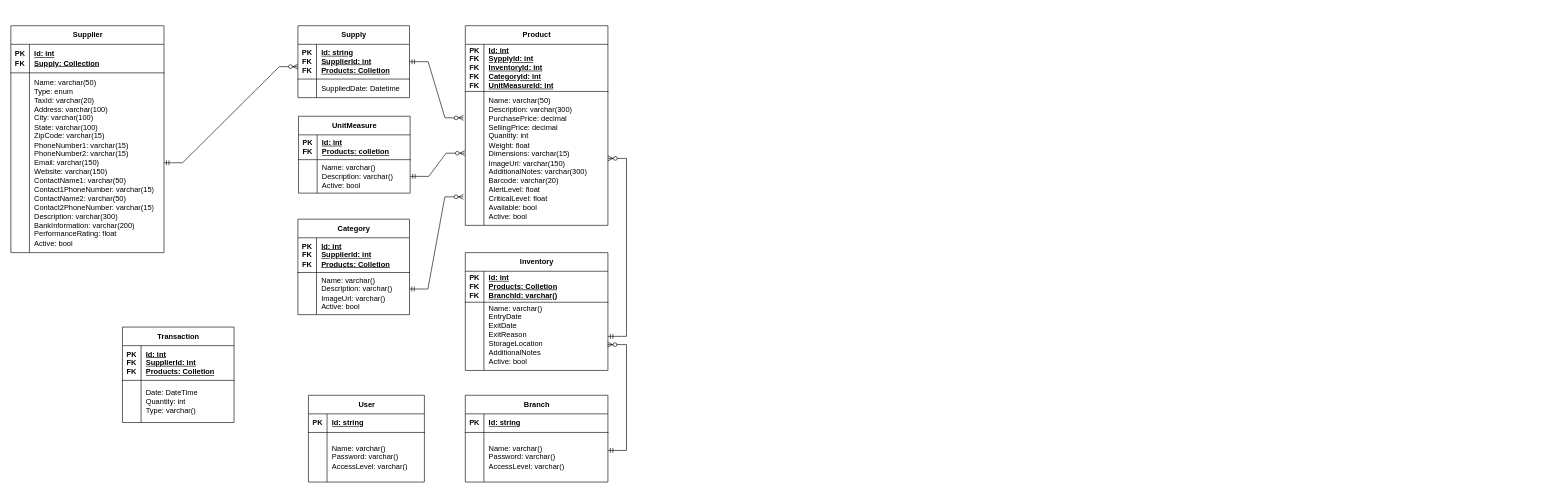
Before: DB.drawio in TechMinds-Group/Inventory-control, a draw.io diagram. Source tidied: cells renumbered, new cells numbered last; positions are measured from the earlier drawing's top-left corner, leaving out a move shared by most shapes. Both pictures are drawn from the tidied source at 62%, with x=0, y=0 at pixel (11, 25).
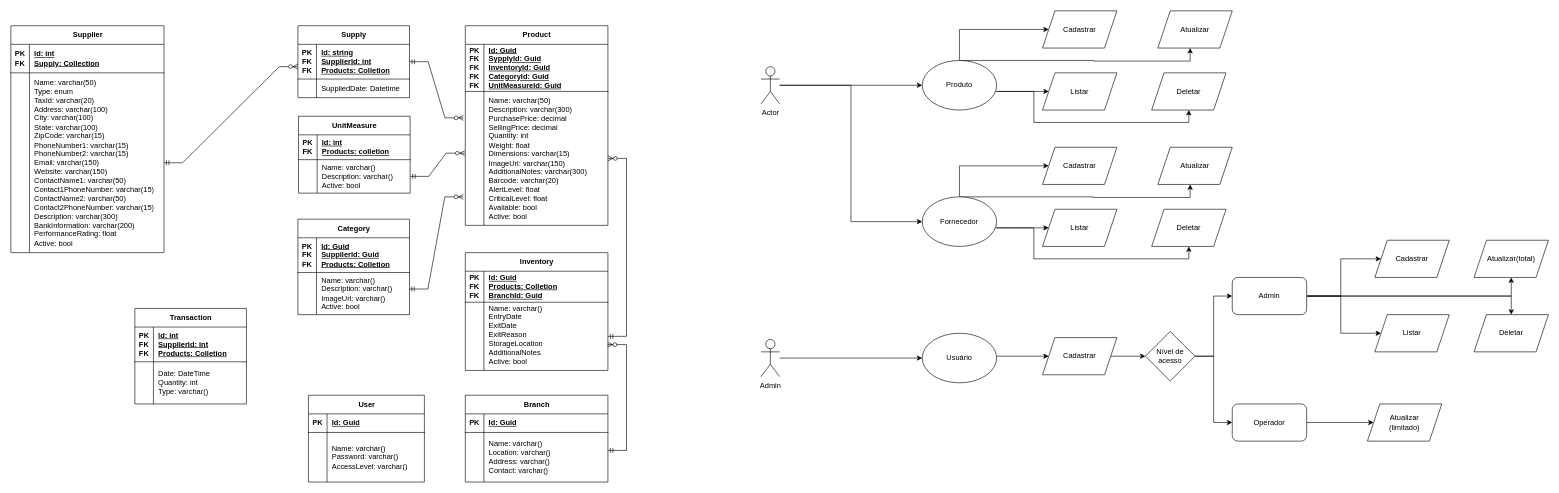
After the change.

The change refers to these unchanged cells:
```xml
<mxCell id="18" style="shape=tableRow;horizontal=0;startSize=0;swimlaneHead=0;swimlaneBody=0;fillColor=none;top=0;left=0;right=0;bottom=1;" parent="17" vertex="1">
  <mxGeometry y="30" width="230" height="76" as="geometry" />
</mxCell>
<mxCell id="26" style="shape=tableRow;horizontal=0;startSize=0;swimlaneHead=0;swimlaneBody=0;fillColor=none;top=0;left=0;right=0;bottom=1;" parent="25" vertex="1">
  <mxGeometry y="30" width="230" height="50" as="geometry" />
</mxCell>
<mxCell id="34" style="shape=tableRow;horizontal=0;startSize=0;swimlaneHead=0;swimlaneBody=0;fillColor=none;top=0;left=0;right=0;bottom=1;" parent="33" vertex="1">
  <mxGeometry y="30" width="180" height="56" as="geometry" />
</mxCell>
<mxCell id="50" style="shape=tableRow;horizontal=0;startSize=0;swimlaneHead=0;swimlaneBody=0;fillColor=none;top=0;left=0;right=0;bottom=1;" parent="49" vertex="1">
  <mxGeometry y="30" width="187" height="30" as="geometry" />
</mxCell>
<mxCell id="57" style="shape=tableRow;horizontal=0;startSize=0;swimlaneHead=0;swimlaneBody=0;fillColor=none;top=0;left=0;right=0;bottom=1;" parent="56" vertex="1">
  <mxGeometry y="30" width="230" height="30" as="geometry" />
</mxCell>
<mxCell id="60" style="shape=tableRow;horizontal=0;startSize=0;swimlaneHead=0;swimlaneBody=0;fillColor=none;top=0;left=0;right=0;bottom=0;" parent="56" vertex="1">
  <mxGeometry y="60" width="230" height="80" as="geometry" />
</mxCell>
```

What changed in the source:
```diff
@@
-    <mxCell id="20" value="Id: int&lt;br&gt;SypplyId: int&lt;br&gt;InventoryId: int&lt;br&gt;CategoryId: int&lt;br&gt;UnitMeasureId: int" style="shape=partialRectangle;fillColor=none;top=0;left=0;bottom=0;right=0;align=left;spacingLeft=6;fontStyle=5;overflow=hidden;whiteSpace=wrap;html=1;" parent="18" vertex="1">
+    <mxCell id="20" value="Id: Guid&lt;br&gt;SypplyId: Guid&lt;br&gt;InventoryId: Guid&lt;br&gt;CategoryId: Guid&lt;br&gt;UnitMeasureId: Guid" style="shape=partialRectangle;fillColor=none;top=0;left=0;bottom=0;right=0;align=left;spacingLeft=6;fontStyle=5;overflow=hidden;whiteSpace=wrap;html=1;" parent="18" vertex="1">
       <mxGeometry x="30" width="200" height="76" as="geometry" />
     </mxCell>
@@
-    <mxCell id="28" value="Id: int&lt;br&gt;Products: Colletion&lt;br&gt;BranchId: varchar()" style="shape=partialRectangle;fillColor=none;top=0;left=0;bottom=0;right=0;align=left;spacingLeft=6;fontStyle=5;overflow=hidden;whiteSpace=wrap;html=1;" parent="26" vertex="1">
+    <mxCell id="28" value="Id: Guid&lt;br&gt;Products: Colletion&lt;br&gt;BranchId: Guid" style="shape=partialRectangle;fillColor=none;top=0;left=0;bottom=0;right=0;align=left;spacingLeft=6;fontStyle=5;overflow=hidden;whiteSpace=wrap;html=1;" parent="26" vertex="1">
       <mxGeometry x="30" width="200" height="50" as="geometry" />
     </mxCell>
@@
-    <mxCell id="36" value="Id: int&lt;br&gt;SupplierId: int&lt;br&gt;Products: Colletion" style="shape=partialRectangle;fillColor=none;top=0;left=0;bottom=0;right=0;align=left;spacingLeft=6;fontStyle=5;overflow=hidden;whiteSpace=wrap;html=1;" parent="34" vertex="1">
+    <mxCell id="36" value="Id: Guid&lt;br&gt;SupplierId: Guid&lt;br&gt;Products: Colletion" style="shape=partialRectangle;fillColor=none;top=0;left=0;bottom=0;right=0;align=left;spacingLeft=6;fontStyle=5;overflow=hidden;whiteSpace=wrap;html=1;" parent="34" vertex="1">
       <mxGeometry x="30" width="150" height="56" as="geometry" />
     </mxCell>
@@
-    <mxCell id="52" value="Id: string" style="shape=partialRectangle;fillColor=none;top=0;left=0;bottom=0;right=0;align=left;spacingLeft=6;fontStyle=5;overflow=hidden;whiteSpace=wrap;html=1;" parent="50" vertex="1">
+    <mxCell id="52" value="Id: Guid" style="shape=partialRectangle;fillColor=none;top=0;left=0;bottom=0;right=0;align=left;spacingLeft=6;fontStyle=5;overflow=hidden;whiteSpace=wrap;html=1;" parent="50" vertex="1">
       <mxGeometry x="30" width="157" height="30" as="geometry" />
     </mxCell>
@@
-    <mxCell id="59" value="Id: string" style="shape=partialRectangle;fillColor=none;top=0;left=0;bottom=0;right=0;align=left;spacingLeft=6;fontStyle=5;overflow=hidden;whiteSpace=wrap;html=1;" parent="57" vertex="1">
+    <mxCell id="59" value="Id: Guid" style="shape=partialRectangle;fillColor=none;top=0;left=0;bottom=0;right=0;align=left;spacingLeft=6;fontStyle=5;overflow=hidden;whiteSpace=wrap;html=1;" parent="57" vertex="1">
       <mxGeometry x="30" width="200" height="30" as="geometry" />
     </mxCell>
@@
-    <mxCell id="62" value="Name: varchar()&lt;br&gt;Password: varchar()&lt;br&gt;AccessLevel: varchar()" style="shape=partialRectangle;fillColor=none;top=0;left=0;bottom=0;right=0;align=left;spacingLeft=6;overflow=hidden;whiteSpace=wrap;html=1;" parent="60" vertex="1">
+    <mxCell id="62" value="Name: varchar()&lt;br&gt;Location: varchar()&lt;br&gt;Address: varchar()&lt;br&gt;Contact: varchar()" style="shape=partialRectangle;fillColor=none;top=0;left=0;bottom=0;right=0;align=left;spacingLeft=6;overflow=hidden;whiteSpace=wrap;html=1;" parent="60" vertex="1">
       <mxGeometry x="30" width="200" height="80" as="geometry" />
     </mxCell>
@@
     <mxCell id="64" value="Transaction" style="shape=table;startSize=30;childLayout=tableLayout;rowLines=0;fontStyle=1;align=center;html=1;" parent="1" vertex="1">
-      <mxGeometry x="180" y="486" width="180" height="154" as="geometry" />
+      <mxGeometry x="200" y="456" width="180" height="154" as="geometry" />
     </mxCell>
@@
+    <mxCell id="71" style="edgeStyle=orthogonalEdgeStyle;rounded=0;jettySize=auto;html=1;entryX=0;entryY=0.5;entryDx=0;entryDy=0;" parent="1" edge="1" source="73" target="78">
+      <mxGeometry relative="1" as="geometry" />
+    </mxCell>
+    <mxCell id="72" style="edgeStyle=orthogonalEdgeStyle;rounded=0;jettySize=auto;html=1;entryX=0;entryY=0.5;entryDx=0;entryDy=0;" parent="1" edge="1" source="73" target="87">
+      <mxGeometry relative="1" as="geometry" />
+    </mxCell>
+    <mxCell id="73" value="Actor" style="shape=umlActor;verticalLabelPosition=bottom;verticalAlign=top;html=1;outlineConnect=0;" parent="1" vertex="1">
+      <mxGeometry x="1210" y="66" width="30" height="60" as="geometry" />
+    </mxCell>
+    <mxCell id="74" style="edgeStyle=orthogonalEdgeStyle;rounded=0;jettySize=auto;html=1;entryX=0;entryY=0.5;entryDx=0;entryDy=0;" parent="1" edge="1" source="78" target="80">
+      <mxGeometry relative="1" as="geometry">
+        <Array as="points">
+          <mxPoint x="1620" y="106" />
+          <mxPoint x="1620" y="106" />
+        </Array>
+      </mxGeometry>
+    </mxCell>
+    <mxCell id="75" style="edgeStyle=orthogonalEdgeStyle;rounded=0;jettySize=auto;html=1;exitX=1;exitY=0.5;exitDx=0;exitDy=0;" parent="1" edge="1" target="81">
+      <mxGeometry relative="1" as="geometry">
+        <mxPoint x="1590" y="106" as="sourcePoint" />
+        <Array as="points">
+          <mxPoint x="1650" y="106" />
+          <mxPoint x="1650" y="156" />
+          <mxPoint x="1900" y="156" />
+        </Array>
+      </mxGeometry>
+    </mxCell>
+    <mxCell id="76" style="edgeStyle=orthogonalEdgeStyle;rounded=0;jettySize=auto;html=1;entryX=0.601;entryY=1.001;entryDx=0;entryDy=0;entryPerimeter=0;exitX=0.5;exitY=0;exitDx=0;exitDy=0;" parent="1" edge="1" source="78">
+      <mxGeometry relative="1" as="geometry">
+        <mxPoint x="1902.1" y="36" as="targetPoint" />
+        <Array as="points">
+          <mxPoint x="1746" y="56" />
+          <mxPoint x="1902" y="57" />
+        </Array>
+      </mxGeometry>
+    </mxCell>
+    <mxCell id="77" style="edgeStyle=orthogonalEdgeStyle;rounded=0;jettySize=auto;html=1;entryX=0;entryY=0.5;entryDx=0;entryDy=0;" parent="1" edge="1" source="78" target="79">
+      <mxGeometry relative="1" as="geometry">
+        <Array as="points">
+          <mxPoint x="1530" y="6" />
+        </Array>
+      </mxGeometry>
+    </mxCell>
+    <mxCell id="78" value="Produto" style="ellipse;whiteSpace=wrap;html=1;" parent="1" vertex="1">
+      <mxGeometry x="1470" y="56" width="120" height="80" as="geometry" />
+    </mxCell>
+    <mxCell id="79" value="Cadastrar" style="shape=parallelogram;perimeter=parallelogramPerimeter;whiteSpace=wrap;html=1;fixedSize=1;" parent="1" vertex="1">
+      <mxGeometry x="1664" y="-24" width="120" height="60" as="geometry" />
+    </mxCell>
+    <mxCell id="80" value="Listar" style="shape=parallelogram;perimeter=parallelogramPerimeter;whiteSpace=wrap;html=1;fixedSize=1;" parent="1" vertex="1">
+      <mxGeometry x="1664" y="76" width="120" height="60" as="geometry" />
+    </mxCell>
+    <mxCell id="81" value="Deletar" style="shape=parallelogram;perimeter=parallelogramPerimeter;whiteSpace=wrap;html=1;fixedSize=1;" parent="1" vertex="1">
+      <mxGeometry x="1840" y="76" width="120" height="60" as="geometry" />
+    </mxCell>
+    <mxCell id="82" value="Atualizar" style="shape=parallelogram;perimeter=parallelogramPerimeter;whiteSpace=wrap;html=1;fixedSize=1;" parent="1" vertex="1">
+      <mxGeometry x="1850" y="-24" width="120" height="60" as="geometry" />
+    </mxCell>
+    <mxCell id="83" style="edgeStyle=orthogonalEdgeStyle;rounded=0;jettySize=auto;html=1;entryX=0;entryY=0.5;entryDx=0;entryDy=0;" parent="1" edge="1" source="87" target="89">
+      <mxGeometry relative="1" as="geometry">
+        <Array as="points">
+          <mxPoint x="1620" y="326" />
+          <mxPoint x="1620" y="326" />
+        </Array>
+      </mxGeometry>
+    </mxCell>
+    <mxCell id="84" style="edgeStyle=orthogonalEdgeStyle;rounded=0;jettySize=auto;html=1;exitX=1;exitY=0.5;exitDx=0;exitDy=0;" parent="1" edge="1" target="90">
+      <mxGeometry relative="1" as="geometry">
+        <mxPoint x="1590" y="326" as="sourcePoint" />
+        <Array as="points">
+          <mxPoint x="1650" y="326" />
+          <mxPoint x="1650" y="376" />
+          <mxPoint x="1900" y="376" />
+        </Array>
+      </mxGeometry>
+    </mxCell>
+    <mxCell id="85" style="edgeStyle=orthogonalEdgeStyle;rounded=0;jettySize=auto;html=1;entryX=0.601;entryY=1.001;entryDx=0;entryDy=0;entryPerimeter=0;exitX=0.5;exitY=0;exitDx=0;exitDy=0;" parent="1" edge="1" source="87">
+      <mxGeometry relative="1" as="geometry">
+        <mxPoint x="1902.1" y="256" as="targetPoint" />
+        <Array as="points">
+          <mxPoint x="1746" y="276" />
+          <mxPoint x="1902" y="277" />
+        </Array>
+      </mxGeometry>
+    </mxCell>
+    <mxCell id="86" style="edgeStyle=orthogonalEdgeStyle;rounded=0;jettySize=auto;html=1;entryX=0;entryY=0.5;entryDx=0;entryDy=0;" parent="1" edge="1" source="87" target="88">
+      <mxGeometry relative="1" as="geometry">
+        <Array as="points">
+          <mxPoint x="1530" y="226" />
+        </Array>
+      </mxGeometry>
+    </mxCell>
+    <mxCell id="87" value="Fornecedor" style="ellipse;whiteSpace=wrap;html=1;" parent="1" vertex="1">
+      <mxGeometry x="1470" y="276" width="120" height="80" as="geometry" />
+    </mxCell>
+    <mxCell id="88" value="Cadastrar" style="shape=parallelogram;perimeter=parallelogramPerimeter;whiteSpace=wrap;html=1;fixedSize=1;" parent="1" vertex="1">
+      <mxGeometry x="1664" y="196" width="120" height="60" as="geometry" />
+    </mxCell>
+    <mxCell id="89" value="Listar" style="shape=parallelogram;perimeter=parallelogramPerimeter;whiteSpace=wrap;html=1;fixedSize=1;" parent="1" vertex="1">
+      <mxGeometry x="1664" y="296" width="120" height="60" as="geometry" />
+    </mxCell>
+    <mxCell id="90" value="Deletar" style="shape=parallelogram;perimeter=parallelogramPerimeter;whiteSpace=wrap;html=1;fixedSize=1;" parent="1" vertex="1">
+      <mxGeometry x="1840" y="296" width="120" height="60" as="geometry" />
+    </mxCell>
+    <mxCell id="91" value="Atualizar" style="shape=parallelogram;perimeter=parallelogramPerimeter;whiteSpace=wrap;html=1;fixedSize=1;" parent="1" vertex="1">
+      <mxGeometry x="1850" y="196" width="120" height="60" as="geometry" />
+    </mxCell>
+    <mxCell id="92" style="edgeStyle=orthogonalEdgeStyle;rounded=0;jettySize=auto;html=1;entryX=0;entryY=0.5;entryDx=0;entryDy=0;" parent="1" edge="1" source="93" target="95">
+      <mxGeometry relative="1" as="geometry">
+        <Array as="points">
+          <mxPoint x="1610" y="533" />
+          <mxPoint x="1610" y="533" />
+        </Array>
+      </mxGeometry>
+    </mxCell>
+    <mxCell id="93" value="Usuário" style="ellipse;whiteSpace=wrap;html=1;" parent="1" vertex="1">
+      <mxGeometry x="1470" y="496" width="120" height="80" as="geometry" />
+    </mxCell>
+    <mxCell id="94" style="edgeStyle=orthogonalEdgeStyle;rounded=0;jettySize=auto;html=1;entryX=0;entryY=0.5;entryDx=0;entryDy=0;" parent="1" edge="1" source="95" target="100">
+      <mxGeometry relative="1" as="geometry" />
+    </mxCell>
+    <mxCell id="95" value="Cadastrar" style="shape=parallelogram;perimeter=parallelogramPerimeter;whiteSpace=wrap;html=1;fixedSize=1;" parent="1" vertex="1">
+      <mxGeometry x="1664" y="503" width="120" height="60" as="geometry" />
+    </mxCell>
+    <mxCell id="96" style="edgeStyle=orthogonalEdgeStyle;rounded=0;jettySize=auto;html=1;entryX=0;entryY=0.5;entryDx=0;entryDy=0;" parent="1" edge="1" source="97" target="93">
+      <mxGeometry relative="1" as="geometry" />
+    </mxCell>
+    <mxCell id="97" value="Admin" style="shape=umlActor;verticalLabelPosition=bottom;verticalAlign=top;html=1;outlineConnect=0;" parent="1" vertex="1">
+      <mxGeometry x="1210" y="506" width="30" height="60" as="geometry" />
+    </mxCell>
+    <mxCell id="98" style="edgeStyle=orthogonalEdgeStyle;rounded=0;jettySize=auto;html=1;" parent="1" edge="1" source="100" target="105">
+      <mxGeometry relative="1" as="geometry">
+        <Array as="points">
+          <mxPoint x="1940" y="533" />
+          <mxPoint x="1940" y="436" />
+        </Array>
+      </mxGeometry>
+    </mxCell>
+    <mxCell id="99" style="edgeStyle=orthogonalEdgeStyle;rounded=0;jettySize=auto;html=1;entryX=0;entryY=0.5;entryDx=0;entryDy=0;" parent="1" edge="1" source="100" target="107">
+      <mxGeometry relative="1" as="geometry" />
+    </mxCell>
+    <mxCell id="100" value="Nível de&lt;br&gt;acesso" style="rhombus;whiteSpace=wrap;html=1;" parent="1" vertex="1">
+      <mxGeometry x="1830" y="493" width="80" height="80" as="geometry" />
+    </mxCell>
+    <mxCell id="101" style="edgeStyle=orthogonalEdgeStyle;rounded=0;jettySize=auto;html=1;entryX=0;entryY=0.5;entryDx=0;entryDy=0;" parent="1" edge="1" source="105" target="108">
+      <mxGeometry relative="1" as="geometry" />
+    </mxCell>
+    <mxCell id="102" style="edgeStyle=orthogonalEdgeStyle;rounded=0;jettySize=auto;html=1;entryX=0;entryY=0.5;entryDx=0;entryDy=0;" parent="1" edge="1" source="105" target="109">
+      <mxGeometry relative="1" as="geometry" />
+    </mxCell>
+    <mxCell id="103" style="edgeStyle=orthogonalEdgeStyle;rounded=0;jettySize=auto;html=1;entryX=0.5;entryY=1;entryDx=0;entryDy=0;" parent="1" edge="1" source="105" target="111">
+      <mxGeometry relative="1" as="geometry" />
+    </mxCell>
+    <mxCell id="104" style="edgeStyle=orthogonalEdgeStyle;rounded=0;jettySize=auto;html=1;entryX=0.5;entryY=0;entryDx=0;entryDy=0;" parent="1" edge="1" source="105" target="110">
+      <mxGeometry relative="1" as="geometry" />
+    </mxCell>
+    <mxCell id="105" value="Admin" style="rounded=1;whiteSpace=wrap;html=1;" parent="1" vertex="1">
+      <mxGeometry x="1970" y="406" width="120" height="60" as="geometry" />
+    </mxCell>
+    <mxCell id="106" style="edgeStyle=orthogonalEdgeStyle;rounded=0;jettySize=auto;html=1;entryX=0;entryY=0.5;entryDx=0;entryDy=0;" parent="1" edge="1" source="107" target="112">
+      <mxGeometry relative="1" as="geometry" />
+    </mxCell>
+    <mxCell id="107" value="Operador" style="rounded=1;whiteSpace=wrap;html=1;" parent="1" vertex="1">
+      <mxGeometry x="1970" y="610" width="120" height="60" as="geometry" />
+    </mxCell>
+    <mxCell id="108" value="Cadastrar" style="shape=parallelogram;perimeter=parallelogramPerimeter;whiteSpace=wrap;html=1;fixedSize=1;" parent="1" vertex="1">
+      <mxGeometry x="2200" y="346" width="120" height="60" as="geometry" />
+    </mxCell>
+    <mxCell id="109" value="Listar" style="shape=parallelogram;perimeter=parallelogramPerimeter;whiteSpace=wrap;html=1;fixedSize=1;" parent="1" vertex="1">
+      <mxGeometry x="2200" y="466" width="120" height="60" as="geometry" />
+    </mxCell>
+    <mxCell id="110" value="Deletar" style="shape=parallelogram;perimeter=parallelogramPerimeter;whiteSpace=wrap;html=1;fixedSize=1;" parent="1" vertex="1">
+      <mxGeometry x="2360" y="466" width="120" height="60" as="geometry" />
+    </mxCell>
+    <mxCell id="111" value="Atualizar(total)" style="shape=parallelogram;perimeter=parallelogramPerimeter;whiteSpace=wrap;html=1;fixedSize=1;" parent="1" vertex="1">
+      <mxGeometry x="2360" y="346" width="120" height="60" as="geometry" />
+    </mxCell>
+    <mxCell id="112" value="Atualizar&lt;br&gt;(limitado)" style="shape=parallelogram;perimeter=parallelogramPerimeter;whiteSpace=wrap;html=1;fixedSize=1;" parent="1" vertex="1">
+      <mxGeometry x="2188" y="610" width="120" height="60" as="geometry" />
+    </mxCell>
```
